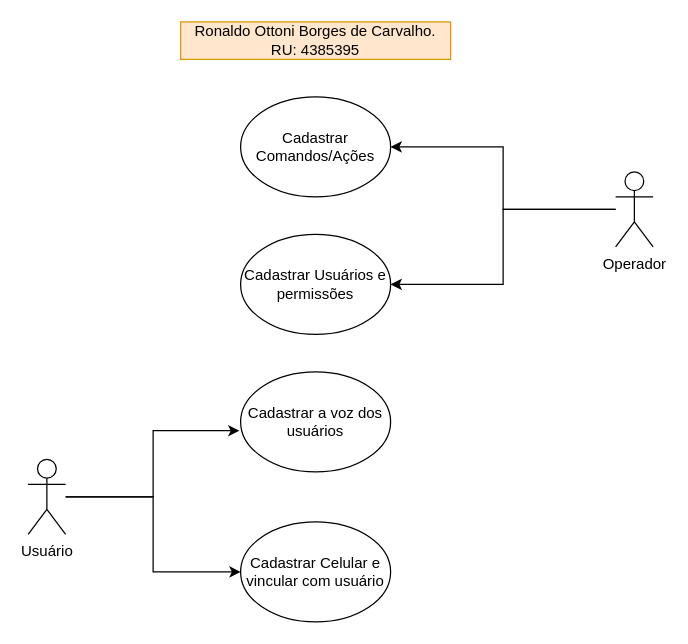
The draw.io diagram Diagrama sem nome.drawio in ronaldoottoni/Cobol, before the edit. Source tidied: cells renumbered, new cells numbered last; positions are measured from the earlier drawing's top-left corner, leaving out a move shared by most shapes. Both pictures are drawn from the tidied source at 125%, with x=0, y=0 at pixel (28, 21).
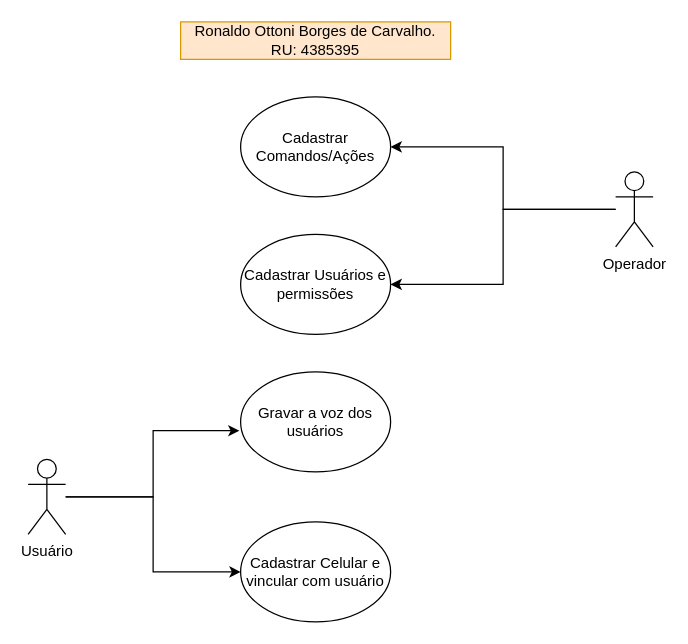
Above is the later version.

What changed in the source:
```diff
@@
 <mxGraphModel>
   <root>
     <mxCell id="0" />
     <mxCell id="1" parent="0" />
     <mxCell id="2" style="edgeStyle=orthogonalEdgeStyle;rounded=0;jettySize=auto;html=1;entryX=-0.008;entryY=0.588;entryDx=0;entryDy=0;entryPerimeter=0;" parent="1" edge="1" source="4" target="7">
       <mxGeometry relative="1" as="geometry" />
     </mxCell>
     <mxCell id="3" style="edgeStyle=orthogonalEdgeStyle;rounded=0;jettySize=auto;html=1;entryX=0;entryY=0.5;entryDx=0;entryDy=0;" parent="1" edge="1" source="4" target="8">
       <mxGeometry relative="1" as="geometry" />
     </mxCell>
     <mxCell id="4" value="Usuário" style="shape=umlActor;verticalLabelPosition=bottom;verticalAlign=top;html=1;outlineConnect=0;" parent="1" vertex="1">
       <mxGeometry y="350" width="30" height="60" as="geometry" />
     </mxCell>
     <mxCell id="5" value="Cadastrar Comandos/Ações" style="ellipse;whiteSpace=wrap;html=1;" parent="1" vertex="1">
       <mxGeometry x="170" y="60" width="120" height="80" as="geometry" />
     </mxCell>
     <mxCell id="6" value="Cadastrar Usuários e permissões" style="ellipse;whiteSpace=wrap;html=1;" parent="1" vertex="1">
       <mxGeometry x="170" y="170" width="120" height="80" as="geometry" />
     </mxCell>
-    <mxCell id="7" value="Cadastrar a voz dos usuários" style="ellipse;whiteSpace=wrap;html=1;" parent="1" vertex="1">
+    <mxCell id="7" value="Gravar a voz dos usuários" style="ellipse;whiteSpace=wrap;html=1;" parent="1" vertex="1">
       <mxGeometry x="170" y="280" width="120" height="80" as="geometry" />
     </mxCell>
     <mxCell id="8" value="Cadastrar Celular e vincular com usuário" style="ellipse;whiteSpace=wrap;html=1;" parent="1" vertex="1">
       <mxGeometry x="170" y="400" width="120" height="80" as="geometry" />
     </mxCell>
     <mxCell id="9" style="edgeStyle=orthogonalEdgeStyle;rounded=0;jettySize=auto;html=1;" parent="1" edge="1" source="11" target="5">
       <mxGeometry relative="1" as="geometry" />
     </mxCell>
     <mxCell id="10" style="edgeStyle=orthogonalEdgeStyle;rounded=0;jettySize=auto;html=1;entryX=1;entryY=0.5;entryDx=0;entryDy=0;" parent="1" edge="1" source="11" target="6">
       <mxGeometry relative="1" as="geometry" />
     </mxCell>
     <mxCell id="11" value="Operador" style="shape=umlActor;verticalLabelPosition=bottom;verticalAlign=top;html=1;outlineConnect=0;" parent="1" vertex="1">
       <mxGeometry x="470" y="120" width="30" height="60" as="geometry" />
     </mxCell>
     <mxCell id="12" value="Ronaldo Ottoni Borges de Carvalho. RU: 4385395" style="text;html=1;strokeColor=#d79b00;fillColor=#ffe6cc;align=center;verticalAlign=middle;whiteSpace=wrap;rounded=0;" parent="1" vertex="1">
       <mxGeometry x="122" width="216" height="30" as="geometry" />
     </mxCell>
   </root>
 </mxGraphModel>
```
